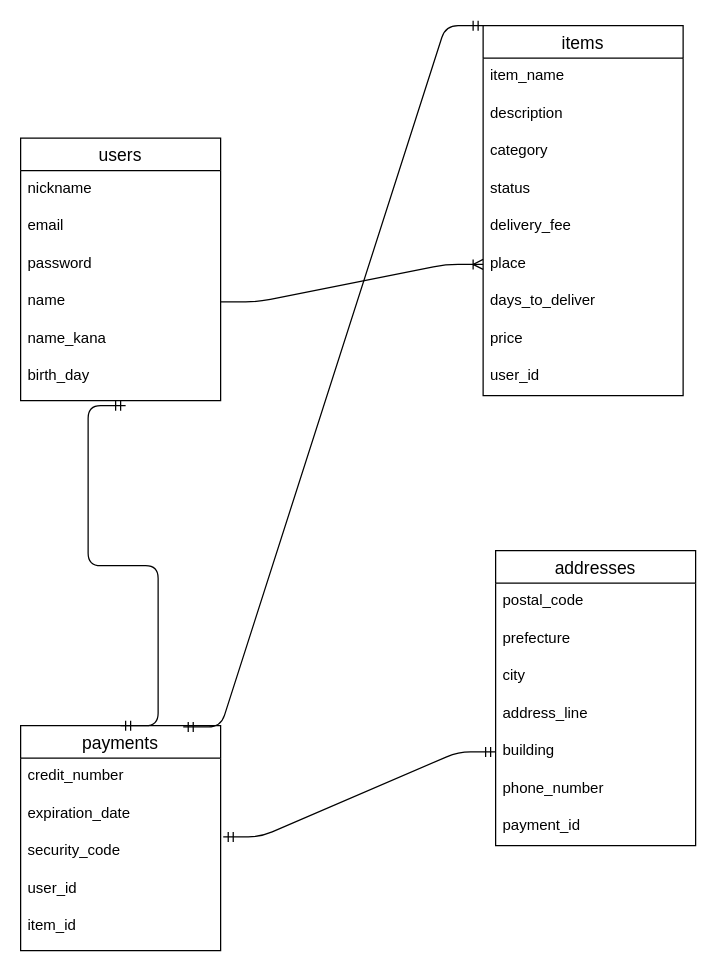
Earlier version of the draw.io diagram ER.dio (o-takeshi-tech/furima-32487). Source tidied: cells renumbered, new cells numbered last; positions are measured from the earlier drawing's top-left corner, leaving out a move shared by most shapes. Both pictures are drawn from the tidied source at 125%, with x=0, y=0 at pixel (20, 25).
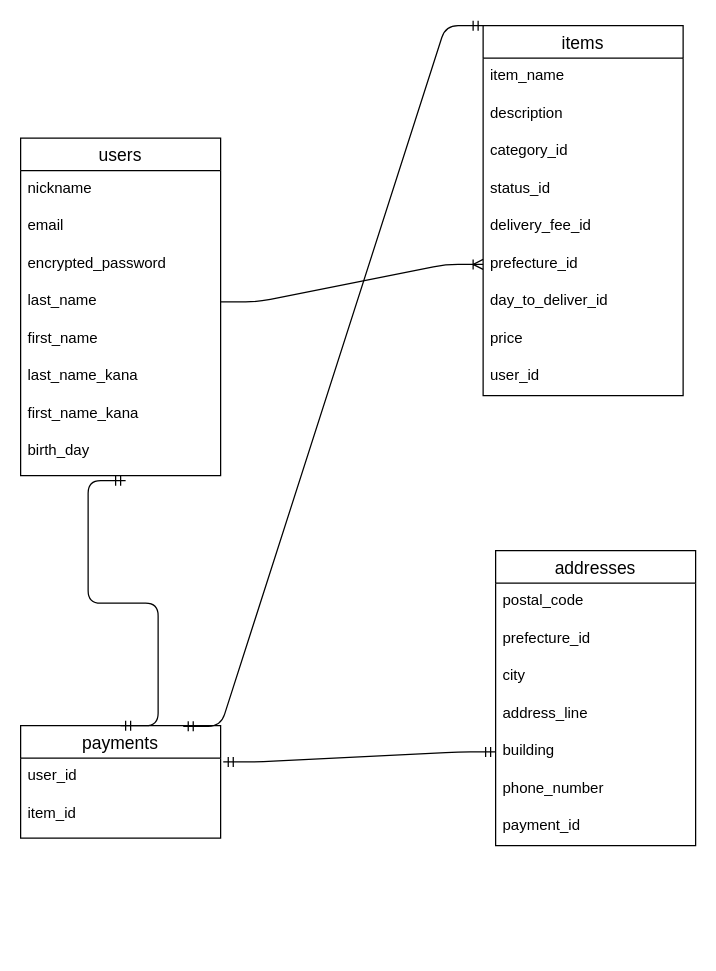
After the change.

Commit message (it also covers changes not shown here):
DBの修正1回目

Unchanged cells that the change refers to:
```xml
<mxCell id="9" value="items" style="swimlane;fontStyle=0;horizontal=1;startSize=26;align=center;fontSize=14;" parent="1" vertex="1">
  <mxGeometry x="370" width="160" height="296" as="geometry" />
</mxCell>
<mxCell id="25" value="addresses" style="swimlane;fontStyle=0;horizontal=1;startSize=26;align=center;fontSize=14;" parent="1" vertex="1">
  <mxGeometry x="380" y="420" width="160" height="236" as="geometry" />
</mxCell>
<mxCell id="30" value="building" style="text;strokeColor=none;fillColor=none;spacingLeft=4;spacingRight=4;overflow=hidden;points=[[0,0.5],[1,0.5]];portConstraint=eastwest;fontSize=12;" parent="25" vertex="1">
  <mxGeometry y="146" width="160" height="30" as="geometry" />
</mxCell>
```

What changed in the source:
```diff
@@
     <mxCell id="2" value="users" style="swimlane;fontStyle=0;horizontal=1;startSize=26;align=center;fontSize=14;" parent="1" vertex="1">
-      <mxGeometry y="90" width="160" height="210" as="geometry" />
+      <mxGeometry y="90" width="160" height="270" as="geometry" />
     </mxCell>
@@
-    <mxCell id="5" value="password" style="text;strokeColor=none;fillColor=none;spacingLeft=4;spacingRight=4;overflow=hidden;fontSize=12;" parent="2" vertex="1">
+    <mxCell id="5" value="encrypted_password" style="text;strokeColor=none;fillColor=none;spacingLeft=4;spacingRight=4;overflow=hidden;fontSize=12;" parent="2" vertex="1">
       <mxGeometry y="86" width="160" height="30" as="geometry" />
     </mxCell>
-    <mxCell id="6" value="name" style="text;strokeColor=none;fillColor=none;spacingLeft=4;spacingRight=4;overflow=hidden;points=[[0,0.5],[1,0.5]];portConstraint=eastwest;fontSize=12;" parent="2" vertex="1">
+    <mxCell id="6" value="last_name" style="text;strokeColor=none;fillColor=none;spacingLeft=4;spacingRight=4;overflow=hidden;points=[[0,0.5],[1,0.5]];portConstraint=eastwest;fontSize=12;" parent="2" vertex="1">
       <mxGeometry y="116" width="160" height="30" as="geometry" />
     </mxCell>
+    <mxCell id="37" value="first_name" style="text;strokeColor=none;fillColor=none;spacingLeft=4;spacingRight=4;overflow=hidden;fontSize=12;" parent="2" vertex="1">
+      <mxGeometry y="146" width="160" height="30" as="geometry" />
+    </mxCell>
-    <mxCell id="7" value="name_kana" style="text;strokeColor=none;fillColor=none;spacingLeft=4;spacingRight=4;overflow=hidden;fontSize=12;" parent="2" vertex="1">
-      <mxGeometry y="146" width="160" height="30" as="geometry" />
+    <mxCell id="7" value="last_name_kana" style="text;strokeColor=none;fillColor=none;spacingLeft=4;spacingRight=4;overflow=hidden;fontSize=12;" parent="2" vertex="1">
+      <mxGeometry y="176" width="160" height="30" as="geometry" />
     </mxCell>
+    <mxCell id="38" value="first_name_kana" style="text;strokeColor=none;fillColor=none;spacingLeft=4;spacingRight=4;overflow=hidden;fontSize=12;" parent="2" vertex="1">
+      <mxGeometry y="206" width="160" height="30" as="geometry" />
+    </mxCell>
     <mxCell id="8" value="birth_day" style="text;strokeColor=none;fillColor=none;spacingLeft=4;spacingRight=4;overflow=hidden;points=[[0,0.5],[1,0.5]];portConstraint=eastwest;fontSize=12;" parent="2" vertex="1">
-      <mxGeometry y="176" width="160" height="34" as="geometry" />
+      <mxGeometry y="236" width="160" height="34" as="geometry" />
     </mxCell>
@@
-    <mxCell id="12" value="category" style="text;strokeColor=none;fillColor=none;spacingLeft=4;spacingRight=4;overflow=hidden;fontSize=12;" parent="9" vertex="1">
+    <mxCell id="12" value="category_id" style="text;strokeColor=none;fillColor=none;spacingLeft=4;spacingRight=4;overflow=hidden;fontSize=12;" parent="9" vertex="1">
       <mxGeometry y="86" width="160" height="30" as="geometry" />
     </mxCell>
-    <mxCell id="13" value="status" style="text;strokeColor=none;fillColor=none;spacingLeft=4;spacingRight=4;overflow=hidden;fontSize=12;" parent="9" vertex="1">
+    <mxCell id="13" value="status_id" style="text;strokeColor=none;fillColor=none;spacingLeft=4;spacingRight=4;overflow=hidden;fontSize=12;" parent="9" vertex="1">
       <mxGeometry y="116" width="160" height="30" as="geometry" />
     </mxCell>
-    <mxCell id="14" value="delivery_fee&#10;" style="text;strokeColor=none;fillColor=none;spacingLeft=4;spacingRight=4;overflow=hidden;fontSize=12;" parent="9" vertex="1">
+    <mxCell id="14" value="delivery_fee_id&#10;" style="text;strokeColor=none;fillColor=none;spacingLeft=4;spacingRight=4;overflow=hidden;fontSize=12;" parent="9" vertex="1">
       <mxGeometry y="146" width="160" height="30" as="geometry" />
     </mxCell>
-    <mxCell id="15" value="place" style="text;strokeColor=none;fillColor=none;spacingLeft=4;spacingRight=4;overflow=hidden;points=[[0,0.5],[1,0.5]];portConstraint=eastwest;fontSize=12;" parent="9" vertex="1">
+    <mxCell id="15" value="prefecture_id" style="text;strokeColor=none;fillColor=none;spacingLeft=4;spacingRight=4;overflow=hidden;points=[[0,0.5],[1,0.5]];portConstraint=eastwest;fontSize=12;" parent="9" vertex="1">
       <mxGeometry y="176" width="160" height="30" as="geometry" />
     </mxCell>
-    <mxCell id="16" value="days_to_deliver" style="text;strokeColor=none;fillColor=none;spacingLeft=4;spacingRight=4;overflow=hidden;fontSize=12;" parent="9" vertex="1">
+    <mxCell id="16" value="day_to_deliver_id" style="text;strokeColor=none;fillColor=none;spacingLeft=4;spacingRight=4;overflow=hidden;fontSize=12;" parent="9" vertex="1">
       <mxGeometry y="206" width="160" height="30" as="geometry" />
     </mxCell>
@@
     <mxCell id="19" value="payments" style="swimlane;fontStyle=0;horizontal=1;startSize=26;align=center;fontSize=14;" parent="1" vertex="1">
-      <mxGeometry y="560" width="160" height="180" as="geometry" />
+      <mxGeometry y="560" width="160" height="90" as="geometry" />
     </mxCell>
-    <mxCell id="20" value="credit_number" style="text;strokeColor=none;fillColor=none;spacingLeft=4;spacingRight=4;overflow=hidden;fontSize=12;" parent="19" vertex="1">
-      <mxGeometry y="26" width="160" height="30" as="geometry" />
-    </mxCell>
-    <mxCell id="21" value="expiration_date" style="text;strokeColor=none;fillColor=none;spacingLeft=4;spacingRight=4;overflow=hidden;fontSize=12;" parent="19" vertex="1">
-      <mxGeometry y="56" width="160" height="30" as="geometry" />
-    </mxCell>
-    <mxCell id="22" value="security_code" style="text;strokeColor=none;fillColor=none;spacingLeft=4;spacingRight=4;overflow=hidden;points=[[0,0.5],[1,0.5]];portConstraint=eastwest;fontSize=12;" parent="19" vertex="1">
-      <mxGeometry y="86" width="160" height="30" as="geometry" />
-    </mxCell>
     <mxCell id="23" value="user_id" style="text;strokeColor=none;fillColor=none;spacingLeft=4;spacingRight=4;overflow=hidden;fontSize=12;" parent="19" vertex="1">
-      <mxGeometry y="116" width="160" height="30" as="geometry" />
+      <mxGeometry y="26" width="160" height="30" as="geometry" />
     </mxCell>
     <mxCell id="24" value="item_id" style="text;strokeColor=none;fillColor=none;spacingLeft=4;spacingRight=4;overflow=hidden;fontSize=12;" parent="19" vertex="1">
-      <mxGeometry y="146" width="160" height="34" as="geometry" />
+      <mxGeometry y="56" width="160" height="34" as="geometry" />
     </mxCell>
@@
-    <mxCell id="27" value="prefecture" style="text;strokeColor=none;fillColor=none;spacingLeft=4;spacingRight=4;overflow=hidden;fontSize=12;" parent="25" vertex="1">
+    <mxCell id="27" value="prefecture_id" style="text;strokeColor=none;fillColor=none;spacingLeft=4;spacingRight=4;overflow=hidden;fontSize=12;" parent="25" vertex="1">
       <mxGeometry y="56" width="160" height="30" as="geometry" />
     </mxCell>
@@
-    <mxCell id="36" style="edgeStyle=entityRelationEdgeStyle;fontSize=12;html=1;endArrow=ERmandOne;startArrow=ERmandOne;entryX=0;entryY=0.5;entryDx=0;entryDy=0;exitX=1.013;exitY=0.1;exitDx=0;exitDy=0;exitPerimeter=0;" parent="1" edge="1" source="22" target="30">
-      <mxGeometry relative="1" as="geometry" />
+    <mxCell id="36" style="edgeStyle=entityRelationEdgeStyle;fontSize=12;html=1;endArrow=ERmandOne;startArrow=ERmandOne;entryX=0;entryY=0.5;entryDx=0;entryDy=0;exitX=1.013;exitY=0.1;exitDx=0;exitDy=0;exitPerimeter=0;" parent="1" edge="1" target="30">
+      <mxGeometry relative="1" as="geometry">
+        <mxPoint x="162.1" y="589" as="sourcePoint" />
+      </mxGeometry>
     </mxCell>
```
